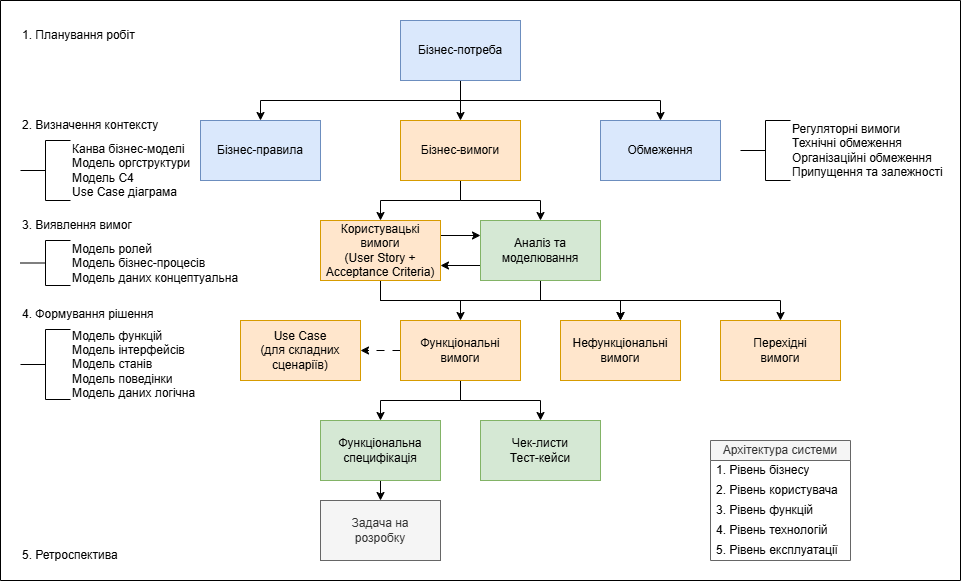
Above: src/img/concept-lifeCycle.png in babok4me/info (draw.io), before the change. Source tidied: cells renumbered, new cells last; positions are measured from the earlier drawing's top-left corner, leaving out a move shared by most shapes.
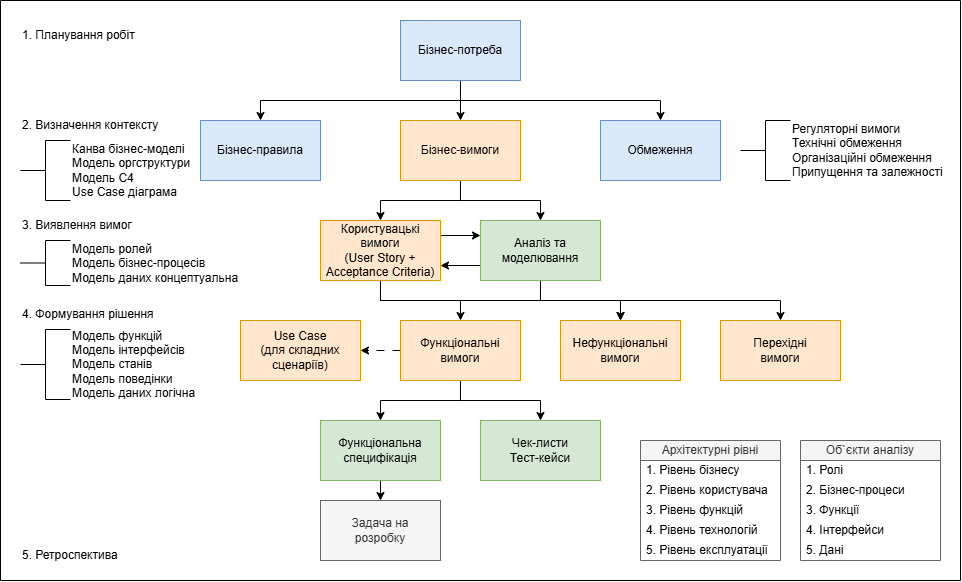
Above is the later version.

Commit message:
change page concept

Diff of the diagram source:
```diff
@@ -116,8 +116,8 @@
     <mxCell id="39" value="&lt;div&gt;Канва бізнес-моделі&lt;/div&gt;&lt;div&gt;Модель оргструктури&lt;/div&gt;&lt;div&gt;Модель С4&lt;/div&gt;&lt;div&gt;Use Case діаграма&lt;/div&gt;" style="html=1;shape=mxgraph.flowchart.annotation_2;align=left;labelPosition=right;" parent="29" vertex="1">
       <mxGeometry x="20" y="140" width="50" height="60" as="geometry" />
     </mxCell>
-    <mxCell id="40" value="Архітектура системи" style="swimlane;fontStyle=0;horizontal=1;startSize=20;whiteSpace=wrap;html=1;fillColor=#f5f5f5;strokeColor=#666666;fontColor=#333333;" parent="29" vertex="1">
-      <mxGeometry x="710" y="440" width="140" height="120" as="geometry" />
+    <mxCell id="40" value="Архітектурні рівні" style="swimlane;fontStyle=0;horizontal=1;startSize=20;whiteSpace=wrap;html=1;fillColor=#f5f5f5;strokeColor=#666666;fontColor=#333333;" parent="29" vertex="1">
+      <mxGeometry x="640" y="440" width="140" height="120" as="geometry" />
     </mxCell>
     <mxCell id="41" value="1. Рівень бізнесу" style="text;strokeColor=none;fillColor=none;align=left;verticalAlign=middle;spacingLeft=4;spacingRight=4;overflow=hidden;whiteSpace=wrap;html=1;" parent="40" vertex="1">
       <mxGeometry y="20" width="140" height="20" as="geometry" />
@@ -134,5 +134,23 @@
     <mxCell id="45" value="5. Рівень експлуатації" style="text;strokeColor=none;fillColor=none;align=left;verticalAlign=middle;spacingLeft=4;spacingRight=4;overflow=hidden;whiteSpace=wrap;html=1;" parent="40" vertex="1">
       <mxGeometry y="100" width="140" height="20" as="geometry" />
     </mxCell>
+    <mxCell id="46" value="Об`єкти аналізу" style="swimlane;fontStyle=0;horizontal=1;startSize=20;whiteSpace=wrap;html=1;fillColor=#f5f5f5;strokeColor=#666666;fontColor=#333333;" parent="29" vertex="1">
+      <mxGeometry x="800" y="440" width="140" height="120" as="geometry" />
+    </mxCell>
+    <mxCell id="47" value="1. Ролі" style="text;strokeColor=none;fillColor=none;align=left;verticalAlign=middle;spacingLeft=4;spacingRight=4;overflow=hidden;whiteSpace=wrap;html=1;" parent="46" vertex="1">
+      <mxGeometry y="20" width="140" height="20" as="geometry" />
+    </mxCell>
+    <mxCell id="48" value="2. Бізнес-процеси" style="text;strokeColor=none;fillColor=none;align=left;verticalAlign=middle;spacingLeft=4;spacingRight=4;overflow=hidden;whiteSpace=wrap;html=1;" parent="46" vertex="1">
+      <mxGeometry y="40" width="140" height="20" as="geometry" />
+    </mxCell>
+    <mxCell id="49" value="3. Функції" style="text;strokeColor=none;fillColor=none;align=left;verticalAlign=middle;spacingLeft=4;spacingRight=4;overflow=hidden;whiteSpace=wrap;html=1;" parent="46" vertex="1">
+      <mxGeometry y="60" width="140" height="20" as="geometry" />
+    </mxCell>
+    <mxCell id="50" value="4. Інтерфейси" style="text;strokeColor=none;fillColor=none;align=left;verticalAlign=middle;spacingLeft=4;spacingRight=4;overflow=hidden;whiteSpace=wrap;html=1;" parent="46" vertex="1">
+      <mxGeometry y="80" width="140" height="20" as="geometry" />
+    </mxCell>
+    <mxCell id="51" value="5. Дані" style="text;strokeColor=none;fillColor=none;align=left;verticalAlign=middle;spacingLeft=4;spacingRight=4;overflow=hidden;whiteSpace=wrap;html=1;" parent="46" vertex="1">
+      <mxGeometry y="100" width="140" height="20" as="geometry" />
+    </mxCell>
   </root>
 </mxGraphModel>
```
